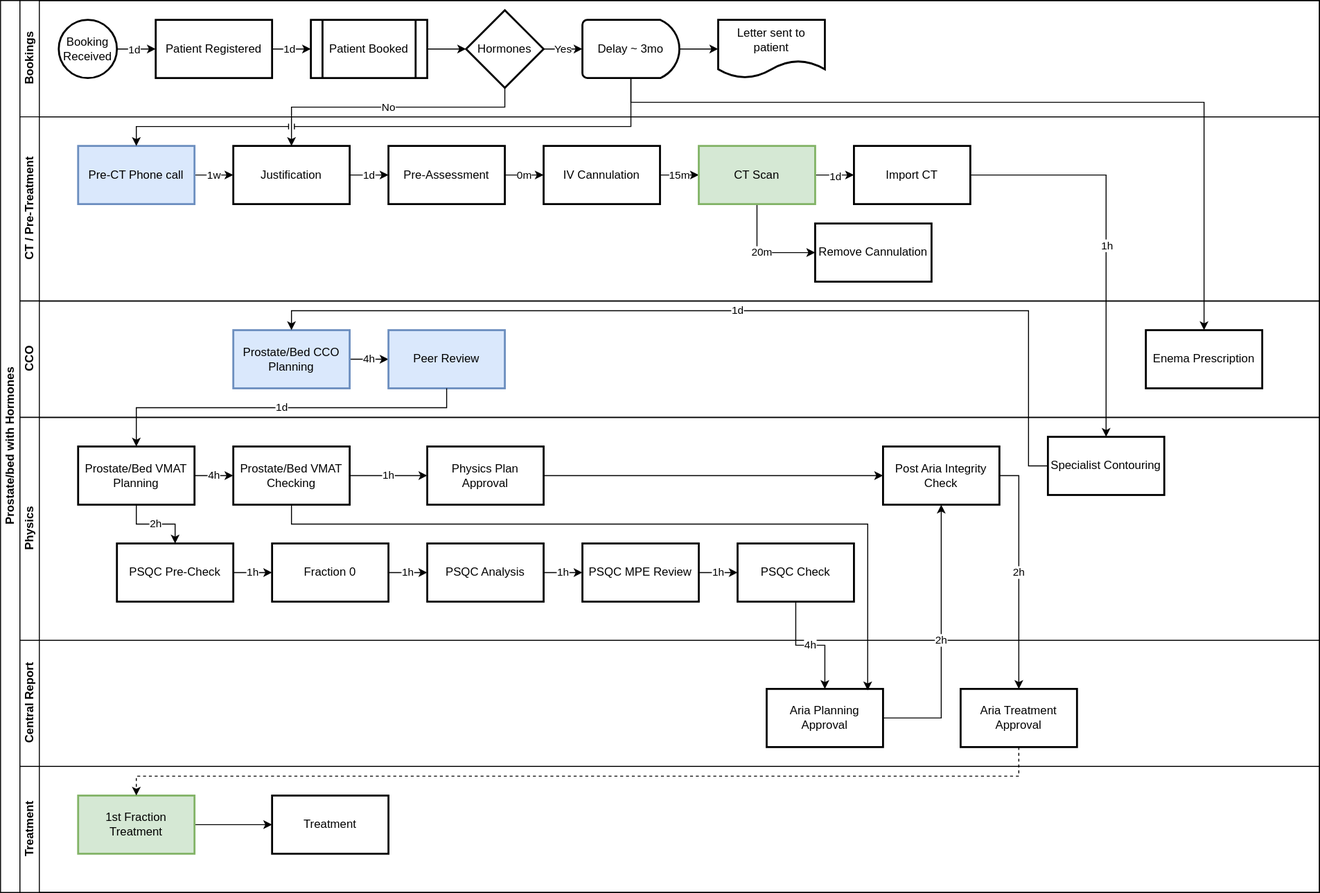
This is Assets/ProstateNodes_Hormone.svg from MCollins87/CarePathReview, a draw.io export, as it was before one commit. Source tidied: cells renumbered, new cells last; positions are measured from the earlier drawing's top-left corner, leaving out a move shared by most shapes.
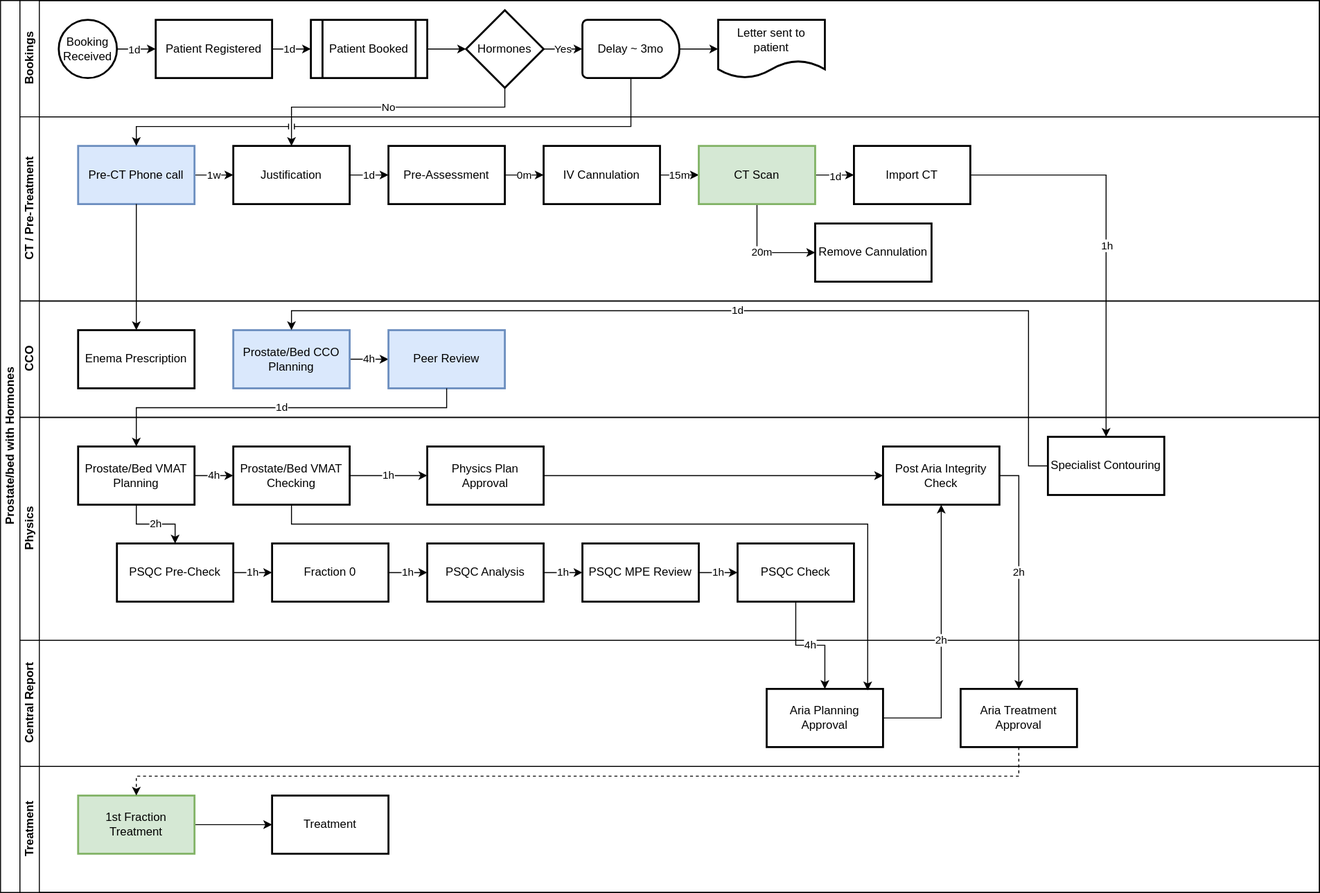
After the commit.

Diff of the diagram source:
```diff
@@ -105,7 +105,7 @@
       <mxGeometry x="380" y="30" width="120" height="60" as="geometry" />
     </mxCell>
     <mxCell id="36" value="Enema Prescription" style="whiteSpace=wrap;html=1;strokeWidth=2;" parent="32" vertex="1">
-      <mxGeometry x="1161" y="30" width="120" height="60" as="geometry" />
+      <mxGeometry x="60" y="30" width="120" height="60" as="geometry" />
     </mxCell>
     <mxCell id="37" value="Physics" style="swimlane;html=1;startSize=20;horizontal=0;" parent="2" vertex="1">
       <mxGeometry x="20" y="430" width="1340" height="230" as="geometry" />
@@ -253,13 +253,8 @@
         </Array>
       </mxGeometry>
     </mxCell>
-    <mxCell id="74" style="edgeStyle=orthogonalEdgeStyle;rounded=0;jettySize=auto;html=1;exitX=0.5;exitY=1;exitDx=0;exitDy=0;exitPerimeter=0;entryX=0.5;entryY=0;entryDx=0;entryDy=0;" parent="2" edge="1" source="12" target="36">
-      <mxGeometry relative="1" as="geometry">
-        <Array as="points">
-          <mxPoint x="650" y="105" />
-          <mxPoint x="1241" y="105" />
-        </Array>
-      </mxGeometry>
-    </mxCell>
+    <mxCell id="75" style="edgeStyle=orthogonalEdgeStyle;rounded=0;jettySize=auto;html=1;exitX=0.5;exitY=1;exitDx=0;exitDy=0;entryX=0.5;entryY=0;entryDx=0;entryDy=0;" parent="2" edge="1" source="19" target="36">
+      <mxGeometry relative="1" as="geometry" />
+    </mxCell>
   </root>
 </mxGraphModel>
```
